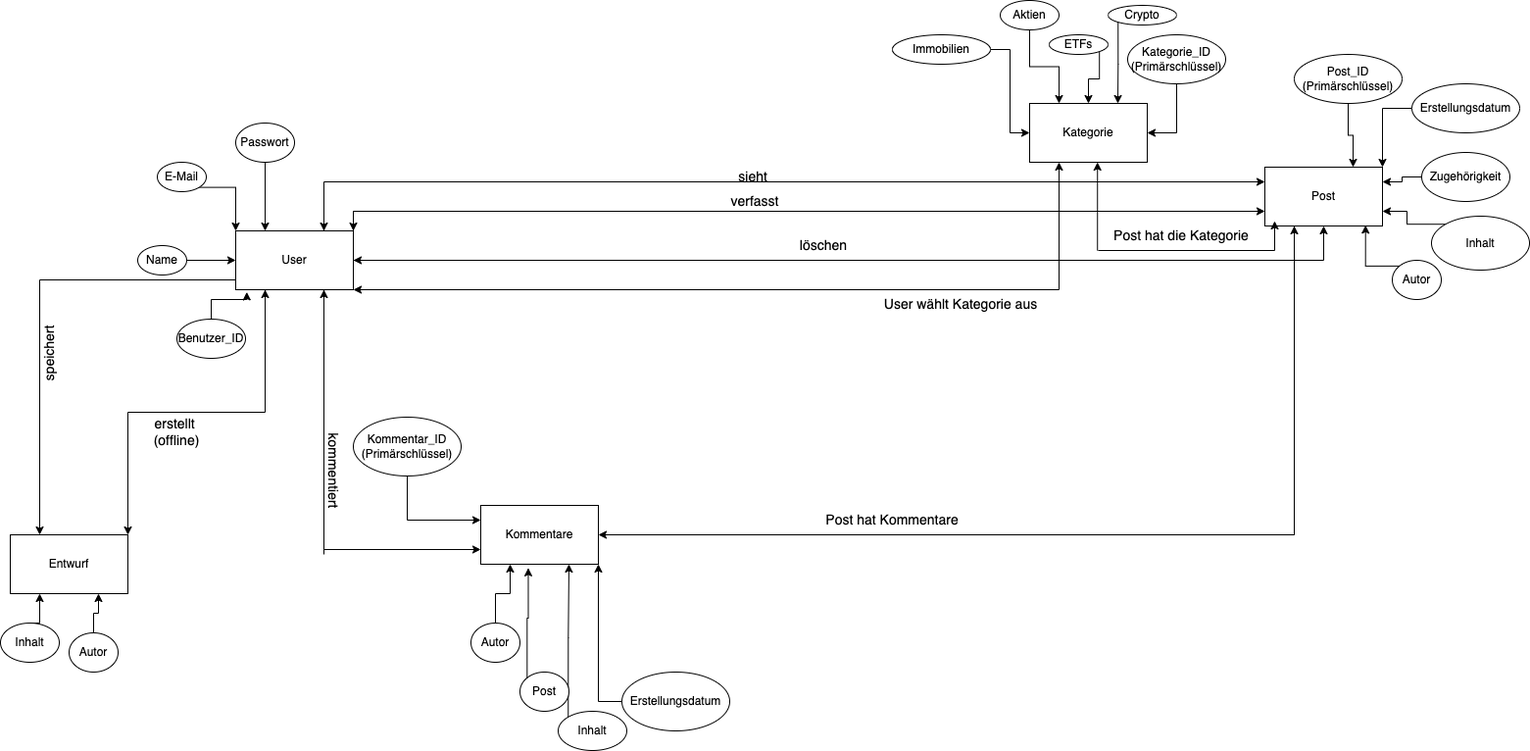
Above: Verbesserte ER-Diagramm Softwareprojekt.drawio.png in NDA2004/Kuchen (draw.io), before the change. Source tidied: cells renumbered, new cells last; positions are measured from the earlier drawing's top-left corner, leaving out a move shared by most shapes.
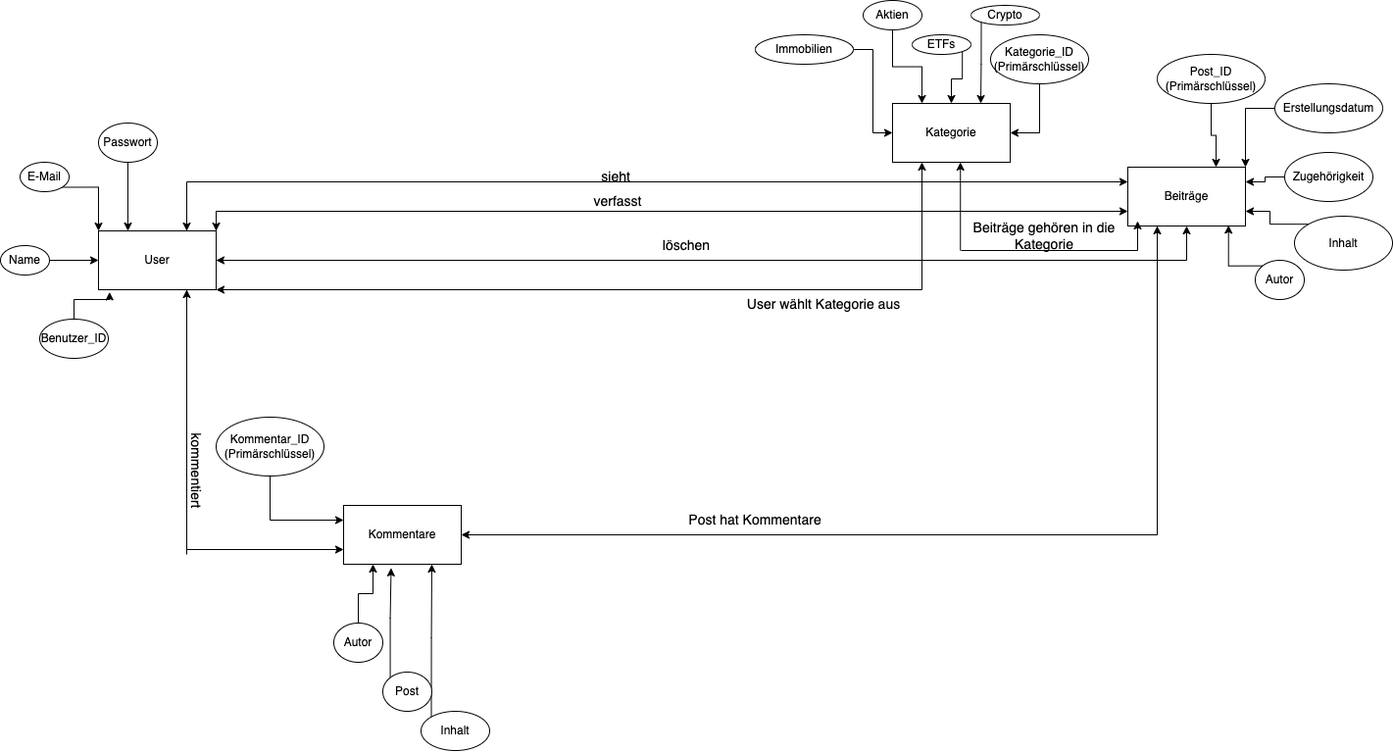
After the change.

Diff of the diagram source:
```diff
@@ -15,17 +15,6 @@
         </Array>
       </mxGeometry>
     </mxCell>
-    <mxCell id="5" style="edgeStyle=orthogonalEdgeStyle;rounded=0;jettySize=auto;html=1;exitX=0.25;exitY=1;exitDx=0;exitDy=0;entryX=1;entryY=0;entryDx=0;entryDy=0;" parent="1" edge="1" source="8" target="46">
-      <mxGeometry relative="1" as="geometry" />
-    </mxCell>
-    <mxCell id="6" style="edgeStyle=orthogonalEdgeStyle;rounded=0;jettySize=auto;html=1;exitX=0;exitY=0.75;exitDx=0;exitDy=0;entryX=0.25;entryY=0;entryDx=0;entryDy=0;" parent="1" edge="1" source="8" target="46">
-      <mxGeometry relative="1" as="geometry">
-        <Array as="points">
-          <mxPoint x="240" y="285" />
-          <mxPoint x="40" y="285" />
-        </Array>
-      </mxGeometry>
-    </mxCell>
     <mxCell id="7" style="edgeStyle=orthogonalEdgeStyle;rounded=0;jettySize=auto;html=1;exitX=1;exitY=0.5;exitDx=0;exitDy=0;entryX=0.5;entryY=1;entryDx=0;entryDy=0;" parent="1" edge="1" source="8" target="28">
       <mxGeometry relative="1" as="geometry" />
     </mxCell>
@@ -89,7 +78,7 @@
     <mxCell id="27" style="edgeStyle=orthogonalEdgeStyle;rounded=0;jettySize=auto;html=1;exitX=0.25;exitY=1;exitDx=0;exitDy=0;entryX=1;entryY=0.5;entryDx=0;entryDy=0;" parent="1" edge="1" source="28" target="38">
       <mxGeometry relative="1" as="geometry" />
     </mxCell>
-    <mxCell id="28" value="Post" style="rounded=0;whiteSpace=wrap;html=1;" parent="1" vertex="1">
+    <mxCell id="28" value="Beiträge" style="rounded=0;whiteSpace=wrap;html=1;" parent="1" vertex="1">
       <mxGeometry x="1290" y="170" width="120" height="60" as="geometry" />
     </mxCell>
     <mxCell id="29" style="edgeStyle=orthogonalEdgeStyle;rounded=0;jettySize=auto;html=1;exitX=0.5;exitY=1;exitDx=0;exitDy=0;entryX=0.75;entryY=0;entryDx=0;entryDy=0;" parent="1" edge="1" source="30" target="28">
@@ -143,27 +132,6 @@
     <mxCell id="45" value="Post" style="ellipse;whiteSpace=wrap;html=1;" parent="1" vertex="1">
       <mxGeometry x="530" y="685" width="50" height="40" as="geometry" />
     </mxCell>
-    <mxCell id="46" value="Entwurf" style="rounded=0;whiteSpace=wrap;html=1;" parent="1" vertex="1">
-      <mxGeometry x="10" y="545" width="120" height="60" as="geometry" />
-    </mxCell>
-    <mxCell id="47" style="edgeStyle=orthogonalEdgeStyle;rounded=0;jettySize=auto;html=1;exitX=0.5;exitY=0;exitDx=0;exitDy=0;entryX=0.25;entryY=1;entryDx=0;entryDy=0;" parent="1" edge="1" source="48" target="46">
-      <mxGeometry relative="1" as="geometry" />
-    </mxCell>
-    <mxCell id="48" value="Inhalt" style="ellipse;whiteSpace=wrap;html=1;" parent="1" vertex="1">
-      <mxGeometry y="635" width="60" height="40" as="geometry" />
-    </mxCell>
-    <mxCell id="49" style="edgeStyle=orthogonalEdgeStyle;rounded=0;jettySize=auto;html=1;exitX=0.5;exitY=0;exitDx=0;exitDy=0;entryX=0.75;entryY=1;entryDx=0;entryDy=0;" parent="1" edge="1" source="50" target="46">
-      <mxGeometry relative="1" as="geometry" />
-    </mxCell>
-    <mxCell id="50" value="Autor" style="ellipse;whiteSpace=wrap;html=1;" parent="1" vertex="1">
-      <mxGeometry x="70" y="645" width="50" height="40" as="geometry" />
-    </mxCell>
-    <mxCell id="51" style="edgeStyle=orthogonalEdgeStyle;rounded=0;jettySize=auto;html=1;exitX=0;exitY=0.5;exitDx=0;exitDy=0;entryX=1;entryY=1;entryDx=0;entryDy=0;" parent="1" edge="1" source="52" target="38">
-      <mxGeometry relative="1" as="geometry" />
-    </mxCell>
-    <mxCell id="52" value="Erstellungsdatum" style="ellipse;whiteSpace=wrap;html=1;" parent="1" vertex="1">
-      <mxGeometry x="634" y="685" width="110" height="60" as="geometry" />
-    </mxCell>
     <mxCell id="53" style="edgeStyle=orthogonalEdgeStyle;rounded=0;jettySize=auto;html=1;exitX=0;exitY=0;exitDx=0;exitDy=0;entryX=0.856;entryY=0.988;entryDx=0;entryDy=0;entryPerimeter=0;" parent="1" edge="1" source="35" target="28">
       <mxGeometry relative="1" as="geometry" />
     </mxCell>
@@ -217,7 +185,7 @@
         <mxPoint x="1300" y="225" as="targetPoint" />
       </mxGeometry>
     </mxCell>
-    <mxCell id="65" value="&lt;font style=&quot;font-size: 14px;&quot;&gt;Post hat die Kategorie&lt;/font&gt;" style="text;html=1;strokeColor=none;fillColor=none;align=center;verticalAlign=middle;whiteSpace=wrap;rounded=0;" parent="1" vertex="1">
+    <mxCell id="65" value="&lt;font style=&quot;font-size: 14px;&quot;&gt;Beiträge gehören in die Kategorie&lt;/font&gt;" style="text;html=1;strokeColor=none;fillColor=none;align=center;verticalAlign=middle;whiteSpace=wrap;rounded=0;" parent="1" vertex="1">
       <mxGeometry x="1130" y="225" width="150" height="30" as="geometry" />
     </mxCell>
     <mxCell id="66" style="endArrow=classic;html=1;rounded=0;entryX=0.75;entryY=0;entryDx=0;entryDy=0;" parent="1" edge="1" target="8">
@@ -243,17 +211,6 @@
         <mxPoint x="330" y="565" as="sourcePoint" />
       </mxGeometry>
     </mxCell>
-    <mxCell id="71" style="endArrow=classic;html=1;rounded=0;entryX=0.25;entryY=1;entryDx=0;entryDy=0;" parent="1" edge="1" target="8">
-      <mxGeometry relative="1" as="geometry">
-        <mxPoint x="270" y="415" as="sourcePoint" />
-      </mxGeometry>
-    </mxCell>
-    <mxCell id="72" value="&lt;font style=&quot;font-size: 14px;&quot;&gt;erstellt&amp;nbsp;&lt;br&gt;(offline)&lt;/font&gt;" style="text;html=1;strokeColor=none;fillColor=none;align=center;verticalAlign=middle;whiteSpace=wrap;rounded=0;" parent="1" vertex="1">
-      <mxGeometry x="150" y="425" width="60" height="30" as="geometry" />
-    </mxCell>
-    <mxCell id="73" value="&lt;font style=&quot;font-size: 14px;&quot;&gt;speichert&lt;/font&gt;" style="text;html=1;strokeColor=none;fillColor=none;align=center;verticalAlign=middle;whiteSpace=wrap;rounded=0;rotation=-90;" parent="1" vertex="1">
-      <mxGeometry x="20" y="345" width="60" height="30" as="geometry" />
-    </mxCell>
     <mxCell id="74" style="endArrow=classic;html=1;rounded=0;entryX=1;entryY=0.5;entryDx=0;entryDy=0;" parent="1" edge="1" target="8">
       <mxGeometry relative="1" as="geometry">
         <mxPoint x="850" y="265" as="sourcePoint" />
```
